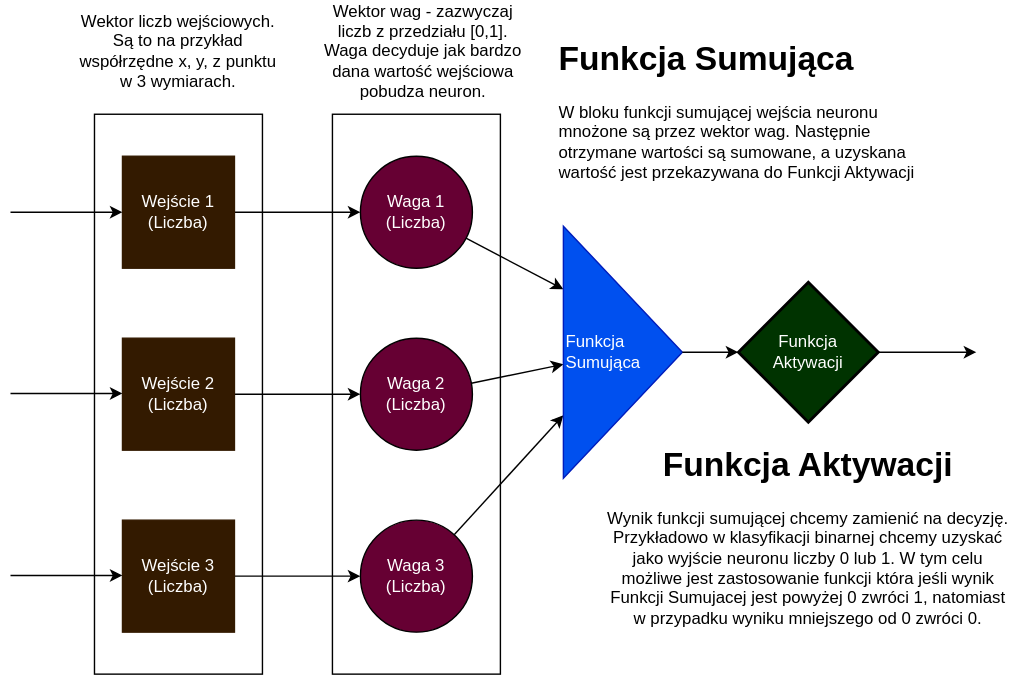
The draw.io diagram lab3/perceptron.svg in wgalka/SI, before a commit. Source tidied: cells renumbered, new cells last; positions are measured from the earlier drawing's top-left corner, leaving out a move shared by most shapes.
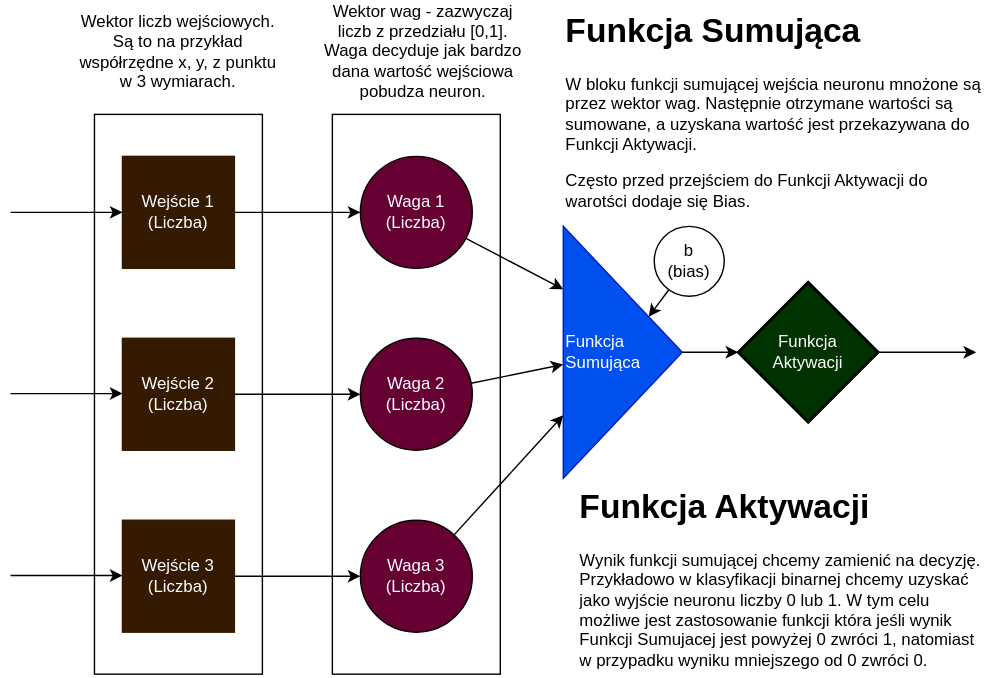
Later version of the same file.

What changed in the source:
```diff
@@ -81,11 +81,17 @@
     <mxCell id="24" value="Wektor wag - zazwyczaj liczb z przedziału [0,1]. Waga decyduje jak bardzo dana wartość wejściowa pobudza neuron. " style="text;html=1;align=center;verticalAlign=middle;whiteSpace=wrap;rounded=0;" parent="1" vertex="1">
       <mxGeometry x="220" width="150" height="70" as="geometry" />
     </mxCell>
-    <mxCell id="25" value="&lt;h1 style=&quot;margin-top: 0px;&quot;&gt;Funkcja Sumująca&lt;br&gt;&lt;/h1&gt;&lt;p&gt;W bloku funkcji sumującej wejścia neuronu mnożone są przez wektor wag. Następnie otrzymane wartości są sumowane, a uzyskana wartość jest przekazywana do Funkcji Aktywacji&lt;br&gt;&lt;/p&gt;" style="text;html=1;whiteSpace=wrap;overflow=hidden;rounded=0;" parent="1" vertex="1">
-      <mxGeometry x="390" y="20" width="275" height="120" as="geometry" />
+    <mxCell id="25" value="&lt;h1 style=&quot;margin-top: 0px;&quot;&gt;Funkcja Sumująca&lt;br&gt;&lt;/h1&gt;&lt;p&gt;W bloku funkcji sumującej wejścia neuronu mnożone są przez wektor wag. Następnie otrzymane wartości są sumowane, a uzyskana wartość jest przekazywana do Funkcji Aktywacji.&lt;br&gt;&lt;/p&gt;&lt;p&gt;Często przed przejściem do Funkcji Aktywacji do warotści dodaje się Bias.&amp;nbsp;&lt;/p&gt;" style="text;html=1;whiteSpace=wrap;overflow=hidden;rounded=0;align=left;" parent="1" vertex="1">
+      <mxGeometry x="395" width="300" height="150" as="geometry" />
     </mxCell>
-    <mxCell id="26" value="&lt;h1 style=&quot;margin-top: 0px;&quot;&gt;Funkcja Aktywacji&lt;br&gt;&lt;/h1&gt;&lt;p&gt;Wynik funkcji sumującej chcemy zamienić na decyzję. Przykładowo w klasyfikacji binarnej chcemy uzyskać jako wyjście neuronu liczby 0 lub 1. W tym celu możliwe jest zastosowanie funkcji która jeśli wynik Funkcji Sumujacej jest powyżej 0 zwróci 1, natomiast w przypadku wyniku mniejszego od 0 zwróci 0.&lt;br&gt;&lt;/p&gt;" style="text;html=1;whiteSpace=wrap;overflow=hidden;rounded=0;align=center;" parent="1" vertex="1">
-      <mxGeometry x="425" y="310" width="290" height="140" as="geometry" />
+    <mxCell id="26" value="&lt;h1 style=&quot;margin-top: 0px;&quot;&gt;Funkcja Aktywacji&lt;br&gt;&lt;/h1&gt;&lt;p&gt;Wynik funkcji sumującej chcemy zamienić na decyzję. Przykładowo w klasyfikacji binarnej chcemy uzyskać jako wyjście neuronu liczby 0 lub 1. W tym celu możliwe jest zastosowanie funkcji która jeśli wynik Funkcji Sumujacej jest powyżej 0 zwróci 1, natomiast w przypadku wyniku mniejszego od 0 zwróci 0.&lt;br&gt;&lt;/p&gt;" style="text;html=1;whiteSpace=wrap;overflow=hidden;rounded=0;align=left;" parent="1" vertex="1">
+      <mxGeometry x="405" y="340" width="290" height="140" as="geometry" />
     </mxCell>
+    <mxCell id="27" style="edgeStyle=none;html=1;" parent="1" edge="1" source="28" target="18">
+      <mxGeometry relative="1" as="geometry" />
+    </mxCell>
+    <mxCell id="28" value="b&lt;br&gt;(bias)" style="ellipse;whiteSpace=wrap;html=1;" parent="1" vertex="1">
+      <mxGeometry x="460" y="160" width="50" height="50" as="geometry" />
+    </mxCell>
   </root>
 </mxGraphModel>
```
